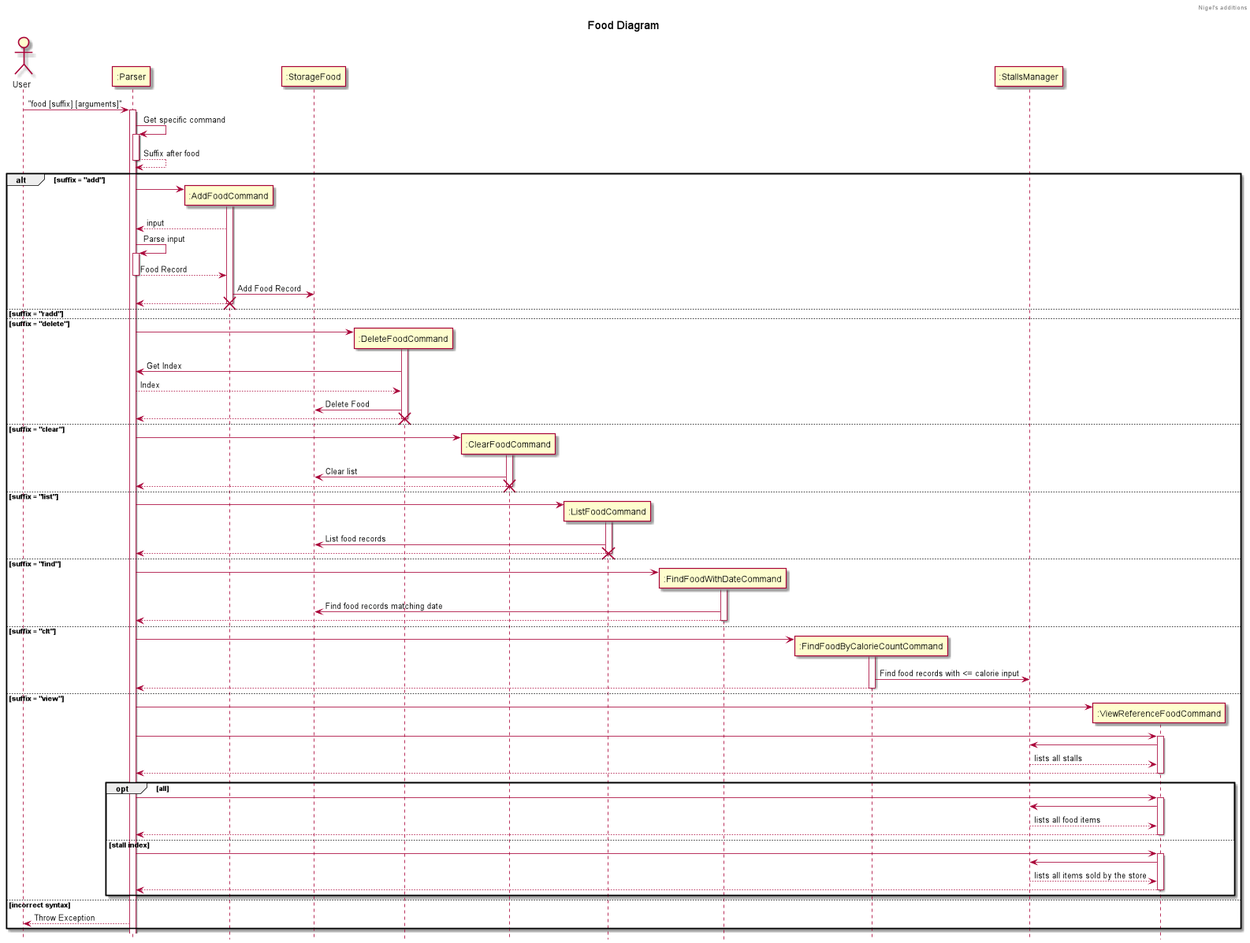
The PlantUML diagram docs/images/food/food_architecture.png in nus-cs2113-AY2122S1/tp, before a commit. Source of this version:
```plantuml
@startuml
!include Style.puml
Actor User
User -> ":Parser" : "food [suffix] [arguments]"
activate ":Parser"
":Parser" -> ":Parser" : Get specific command
activate ":Parser"
":Parser" --> ":Parser" : Suffix after food
deactivate ":Parser"
alt suffix = "add"
    create ":AddFoodCommand"
    ":Parser" -> ":AddFoodCommand" :
    activate ":AddFoodCommand"
    ":AddFoodCommand" --> ":Parser" : input
    ":Parser" -> ":Parser" : Parse input
    activate ":Parser"
    ":Parser" --> ":AddFoodCommand" : Food Record
    deactivate ":Parser"
    ":AddFoodCommand" -> ":StorageFood" : Add Food Record
    ":AddFoodCommand" --> ":Parser"
    deactivate ":AddFoodCommand"
    destroy ":AddFoodCommand"
else suffix = "radd"

else suffix = "delete"
    create ":DeleteFoodCommand"
    ":Parser" -> ":DeleteFoodCommand"
    activate ":DeleteFoodCommand"
    ":DeleteFoodCommand" -> ":Parser" : Get Index
    ":Parser" --> ":DeleteFoodCommand" : Index
    ":DeleteFoodCommand" -> ":StorageFood" : Delete Food
    ":DeleteFoodCommand" --> ":Parser"
    deactivate ":DeleteFoodCommand"
    destroy ":DeleteFoodCommand"

else suffix = "clear"
    create ":ClearFoodCommand"
    ":Parser" -> ":ClearFoodCommand"
    activate ":ClearFoodCommand"
    ":ClearFoodCommand" -> ":StorageFood" : Clear list
    ":ClearFoodCommand" --> ":Parser"
    deactivate ":ClearFoodCommand"
    destroy ":ClearFoodCommand"

else suffix = "list"
    create ":ListFoodCommand"
    ":Parser" -> ":ListFoodCommand"
    activate ":ListFoodCommand"
    ":ListFoodCommand" -> ":StorageFood" : List food records
    ":ListFoodCommand" --> ":Parser"
    deactivate ":ListFoodCommand"
    destroy ":ListFoodCommand"

else suffix = "find"
    create ":FindFoodWithDateCommand"
    ":Parser" -> ":FindFoodWithDateCommand"
    activate ":FindFoodWithDateCommand"
    ":FindFoodWithDateCommand" -> ":StorageFood" : Find food records matching date
    return

else suffix = "clt"
    create ":FindFoodByCalorieCountCommand"
    ":Parser" -> ":FindFoodByCalorieCountCommand"
    activate ":FindFoodByCalorieCountCommand"
    ":FindFoodByCalorieCountCommand" -> ":StallsManager" : Find food records with <= calorie input
    return

else suffix = "view"
    create ":ViewReferenceFoodCommand"
    ":Parser" -> ":ViewReferenceFoodCommand"

    ":Parser" -> ":ViewReferenceFoodCommand"
      activate ":ViewReferenceFoodCommand"
     ":ViewReferenceFoodCommand" -> ":StallsManager"

    ":StallsManager" --> ":ViewReferenceFoodCommand" : lists all stalls
    return
    opt all
    ":Parser" -> ":ViewReferenceFoodCommand"
     activate ":ViewReferenceFoodCommand"

    ":ViewReferenceFoodCommand" -> ":StallsManager"
    ":StallsManager" --> ":ViewReferenceFoodCommand" : lists all food items
    return

    else stall index

    ":Parser" -> ":ViewReferenceFoodCommand"
     activate ":ViewReferenceFoodCommand"
    ":ViewReferenceFoodCommand" -> ":StallsManager"
    ":StallsManager" --> ":ViewReferenceFoodCommand" : lists all items sold by the store
    return
    end
else incorrect syntax
    ":Parser"-->User : Throw Exception

end
@enduml
```
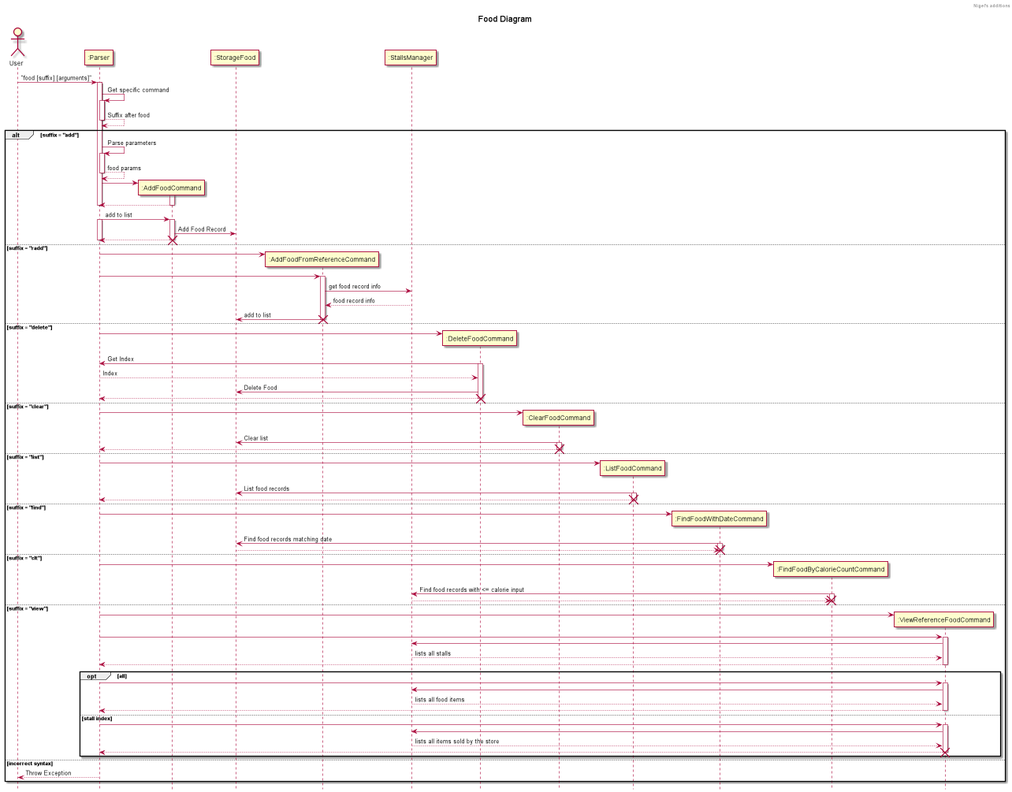
The same file after the commit.

Commit message:
Update food architecture diagram image

The edit, as a diff of the source:
```diff
@@ -8,25 +8,41 @@
 ":Parser" --> ":Parser" : Suffix after food
 deactivate ":Parser"
 alt suffix = "add"
+    ":Parser" -> ":Parser" : Parse parameters
+    activate ":Parser"
+    ":Parser" --> ":Parser" : food params
+    deactivate ":Parser"
     create ":AddFoodCommand"
     ":Parser" -> ":AddFoodCommand" :
     activate ":AddFoodCommand"
-    ":AddFoodCommand" --> ":Parser" : input
-    ":Parser" -> ":Parser" : Parse input
-    activate ":Parser"
-    ":Parser" --> ":AddFoodCommand" : Food Record
+    return
     deactivate ":Parser"
+    ":Parser" -> ":AddFoodCommand" : add to list
+     activate ":Parser"
+    activate ":AddFoodCommand"
+
     ":AddFoodCommand" -> ":StorageFood" : Add Food Record
     ":AddFoodCommand" --> ":Parser"
     deactivate ":AddFoodCommand"
     destroy ":AddFoodCommand"
+    deactivate ":Parser"
+
 else suffix = "radd"
+    create ":AddFoodFromReferenceCommand"
+    ":Parser" -> ":AddFoodFromReferenceCommand"
+    ":Parser" -> ":AddFoodFromReferenceCommand"
+    activate ":AddFoodFromReferenceCommand"
+    ":AddFoodFromReferenceCommand" -> ":StallsManager" : get food record info
+    ":StallsManager" --> ":AddFoodFromReferenceCommand" : food record info
+    ":AddFoodFromReferenceCommand" -> ":StorageFood" : add to list
+    deactivate ":AddFoodFromReferenceCommand"
+    destroy ":AddFoodFromReferenceCommand"
 
 else suffix = "delete"
     create ":DeleteFoodCommand"
     ":Parser" -> ":DeleteFoodCommand"
-    activate ":DeleteFoodCommand"
     ":DeleteFoodCommand" -> ":Parser" : Get Index
+        activate ":DeleteFoodCommand"
     ":Parser" --> ":DeleteFoodCommand" : Index
     ":DeleteFoodCommand" -> ":StorageFood" : Delete Food
     ":DeleteFoodCommand" --> ":Parser"
@@ -36,8 +52,8 @@
 else suffix = "clear"
     create ":ClearFoodCommand"
     ":Parser" -> ":ClearFoodCommand"
-    activate ":ClearFoodCommand"
     ":ClearFoodCommand" -> ":StorageFood" : Clear list
+        activate ":ClearFoodCommand"
     ":ClearFoodCommand" --> ":Parser"
     deactivate ":ClearFoodCommand"
     destroy ":ClearFoodCommand"
@@ -45,8 +61,8 @@
 else suffix = "list"
     create ":ListFoodCommand"
     ":Parser" -> ":ListFoodCommand"
-    activate ":ListFoodCommand"
     ":ListFoodCommand" -> ":StorageFood" : List food records
+        activate ":ListFoodCommand"
     ":ListFoodCommand" --> ":Parser"
     deactivate ":ListFoodCommand"
     destroy ":ListFoodCommand"
@@ -54,16 +70,18 @@
 else suffix = "find"
     create ":FindFoodWithDateCommand"
     ":Parser" -> ":FindFoodWithDateCommand"
-    activate ":FindFoodWithDateCommand"
     ":FindFoodWithDateCommand" -> ":StorageFood" : Find food records matching date
+        activate ":FindFoodWithDateCommand"
     return
+    destroy ":FindFoodWithDateCommand"
 
 else suffix = "clt"
     create ":FindFoodByCalorieCountCommand"
     ":Parser" -> ":FindFoodByCalorieCountCommand"
-    activate ":FindFoodByCalorieCountCommand"
     ":FindFoodByCalorieCountCommand" -> ":StallsManager" : Find food records with <= calorie input
+        activate ":FindFoodByCalorieCountCommand"
     return
+    destroy ":FindFoodByCalorieCountCommand"
 
 else suffix = "view"
     create ":ViewReferenceFoodCommand"
@@ -90,7 +108,9 @@
     ":ViewReferenceFoodCommand" -> ":StallsManager"
     ":StallsManager" --> ":ViewReferenceFoodCommand" : lists all items sold by the store
     return
+    destroy ":ViewReferenceFoodCommand"
     end
+
 else incorrect syntax
     ":Parser"-->User : Throw Exception
 
```
